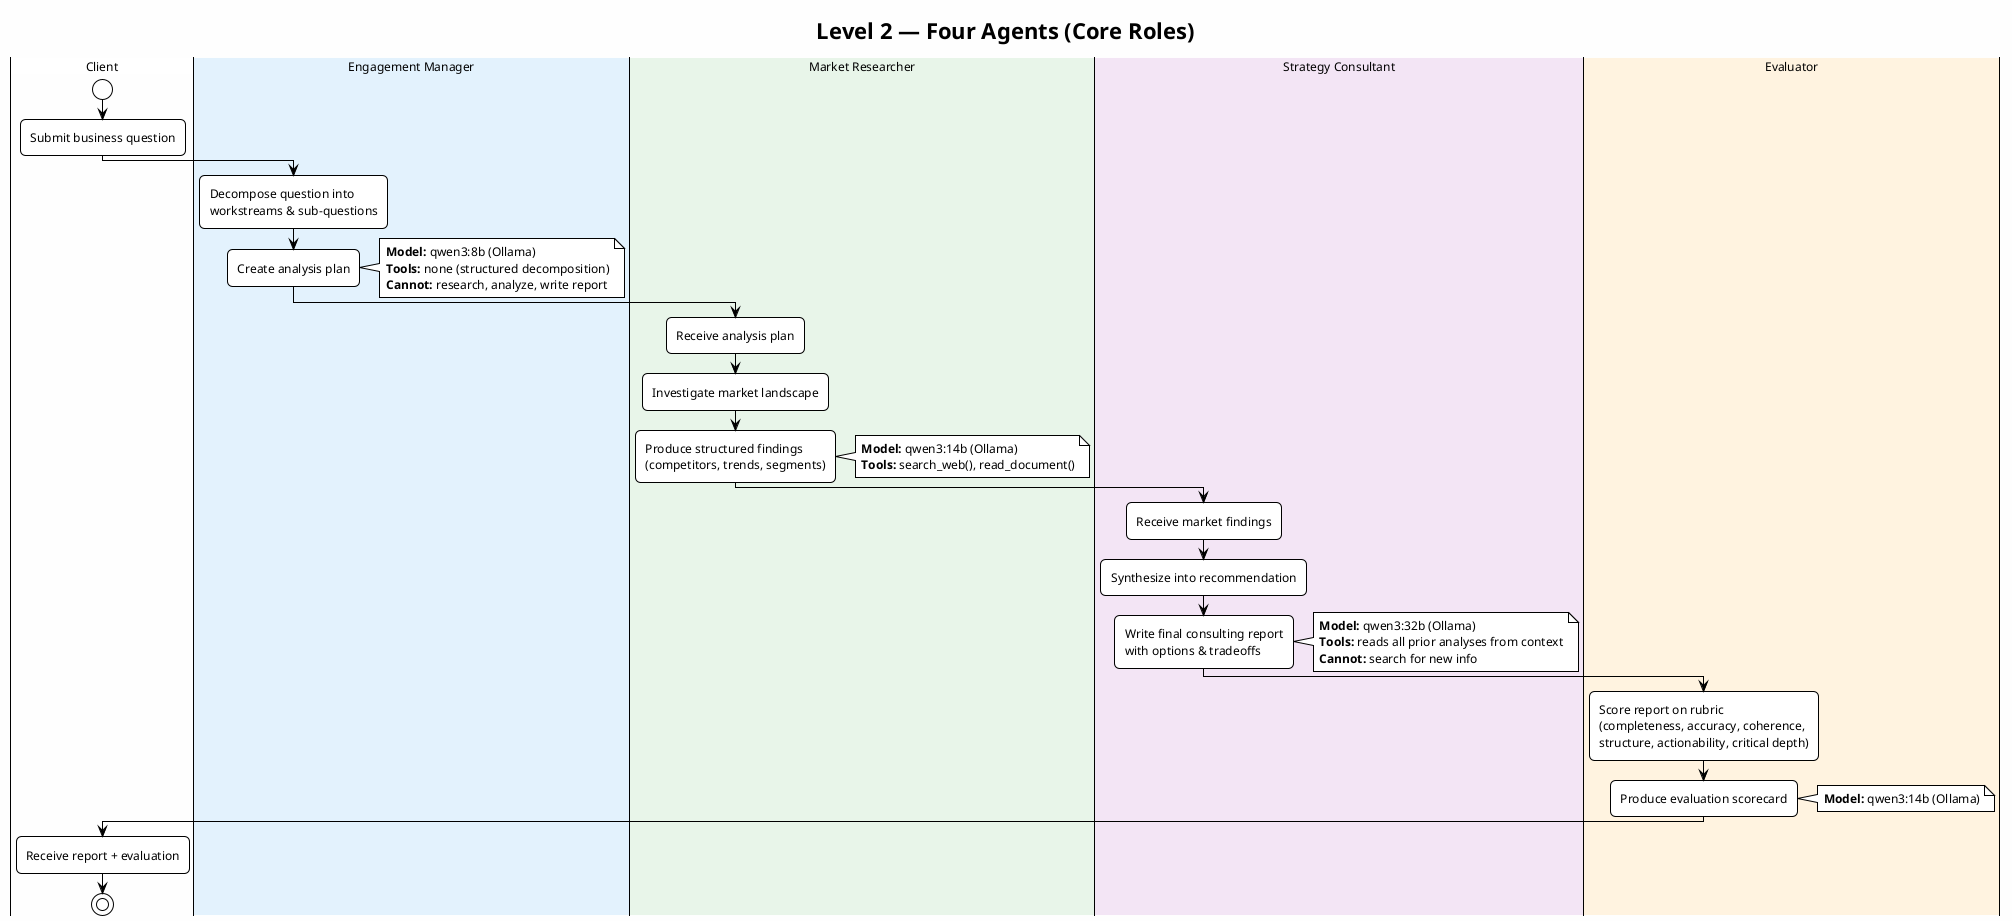
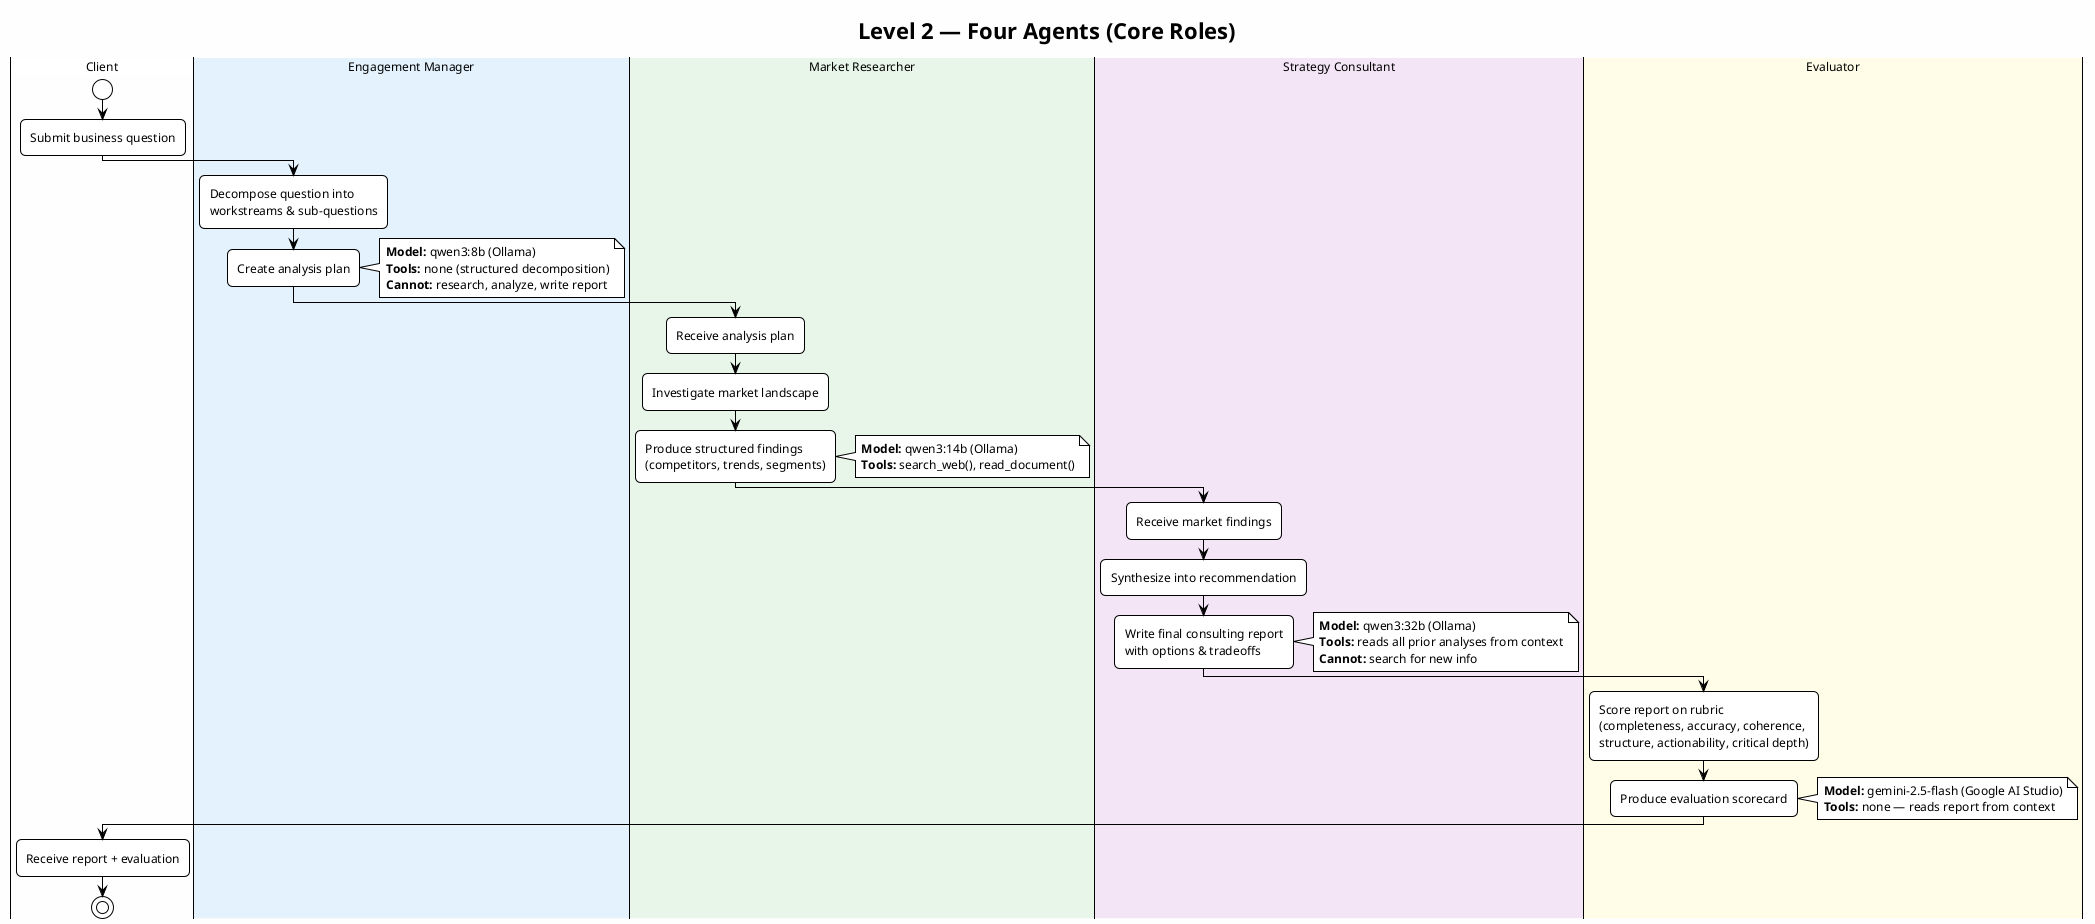
@startuml level2_four_agents
!theme plain
skinparam backgroundColor #FEFEFE
skinparam defaultFontName "Segoe UI"
skinparam defaultFontSize 12
skinparam shadowing false
skinparam roundCorner 10

title **Level 2 — Four Agents (Core Roles)**

|Client|
start
:Submit business question;

|#E3F2FD|Engagement Manager|
:Decompose question into\nworkstreams & sub-questions;
:Create analysis plan;
note right
  **Model:** qwen3:8b (Ollama)
  **Tools:** none (structured decomposition)
  **Cannot:** research, analyze, write report
end note

|#E8F5E9|Market Researcher|
:Receive analysis plan;
:Investigate market landscape;
:Produce structured findings\n(competitors, trends, segments);
note right
  **Model:** qwen3:14b (Ollama)
  **Tools:** search_web(), read_document()
end note

|#F3E5F5|Strategy Consultant|
:Receive market findings;
:Synthesize into recommendation;
:Write final consulting report\nwith options & tradeoffs;
note right
  **Model:** qwen3:32b (Ollama)
  **Tools:** reads all prior analyses from context
  **Cannot:** search for new info
end note

- |#FFF3E0|Evaluator|
+ |#FFFDE7|Evaluator|
:Score report on rubric\n(completeness, accuracy, coherence,\nstructure, actionability, critical depth);
:Produce evaluation scorecard;
note right
-   **Model:** qwen3:14b (Ollama)
+   **Model:** gemini-2.5-flash (Google AI Studio)
+   **Tools:** none — reads report from context
end note

|Client|
:Receive report + evaluation;
stop

@enduml
